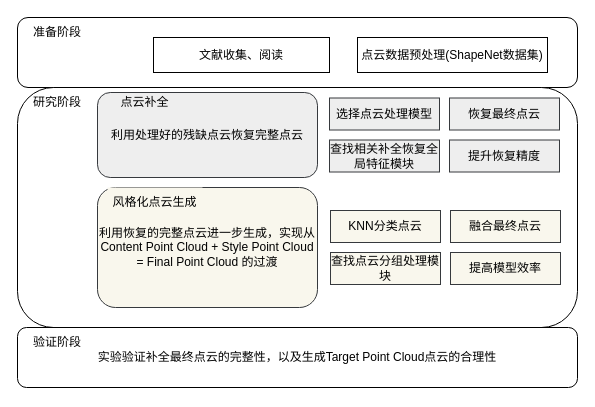
This is bishe.drawio from susu-attempt/pointrans, a draw.io file, before an edit. Source tidied: cells renumbered, new cells numbered last; positions are measured from the earlier drawing's top-left corner, leaving out a move shared by most shapes. Both pictures are drawn from the tidied source at 100%, with x=0, y=0 at pixel (17, 17).
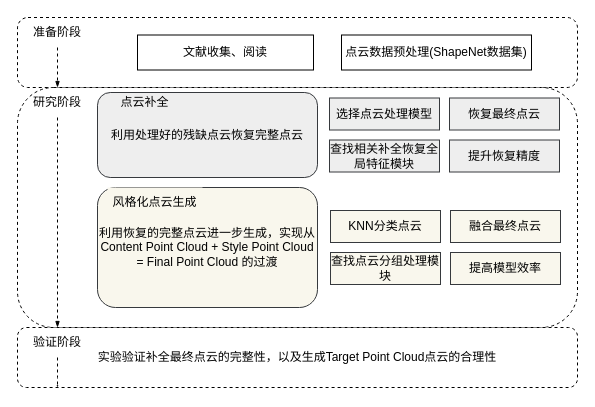
After the change.

The change refers to these unchanged cells:
```xml
<mxCell id="5" value="准备阶段" style="text;html=1;align=center;verticalAlign=middle;whiteSpace=wrap;rounded=0;" parent="1" vertex="1">
  <mxGeometry x="10" width="60" height="30" as="geometry" />
</mxCell>
<mxCell id="6" value="研究阶段" style="text;html=1;align=center;verticalAlign=middle;whiteSpace=wrap;rounded=0;" parent="1" vertex="1">
  <mxGeometry x="10" y="70" width="60" height="30" as="geometry" />
</mxCell>
<mxCell id="7" value="验证阶段" style="text;html=1;align=center;verticalAlign=middle;whiteSpace=wrap;rounded=0;" parent="1" vertex="1">
  <mxGeometry x="10" y="310" width="60" height="30" as="geometry" />
</mxCell>
```

The edit, as a diff of the source:
```diff
@@
-    <mxCell id="2" style="rounded=1;whiteSpace=wrap;html=1;" parent="1" vertex="1">
+    <mxCell id="2" style="rounded=1;whiteSpace=wrap;html=1;dashed=1;" parent="1" vertex="1">
       <mxGeometry width="560" height="70" as="geometry" />
     </mxCell>
-    <mxCell id="3" style="rounded=1;whiteSpace=wrap;html=1;" parent="1" vertex="1">
+    <mxCell id="3" style="rounded=1;whiteSpace=wrap;html=1;dashed=1;" parent="1" vertex="1">
       <mxGeometry y="70" width="560" height="240" as="geometry" />
     </mxCell>
-    <mxCell id="4" value="实验验证补全最终点云的完整性，以及生成Target Point Cloud点云的合理性" style="rounded=1;whiteSpace=wrap;html=1;" parent="1" vertex="1">
+    <mxCell id="4" value="实验验证补全最终点云的完整性，以及生成Target Point Cloud点云的合理性" style="rounded=1;whiteSpace=wrap;html=1;dashed=1;" parent="1" vertex="1">
       <mxGeometry y="310" width="560" height="60" as="geometry" />
     </mxCell>
+    <mxCell id="22" style="edgeStyle=orthogonalEdgeStyle;rounded=0;jettySize=auto;html=1;dashed=1;endArrow=blockThin;endFill=1;endSize=4;startSize=4;" parent="1" edge="1" source="5" target="6">
+      <mxGeometry relative="1" as="geometry" />
+    </mxCell>
@@
+    <mxCell id="23" style="edgeStyle=orthogonalEdgeStyle;rounded=0;jettySize=auto;html=1;dashed=1;endArrow=blockThin;endFill=1;startSize=4;endSize=4;" parent="1" edge="1" source="6" target="7">
+      <mxGeometry relative="1" as="geometry" />
+    </mxCell>
@@
     <mxCell id="8" value="文献收集、阅读" style="rounded=0;whiteSpace=wrap;html=1;" parent="1" vertex="1">
-      <mxGeometry x="136" y="20" width="176" height="35" as="geometry" />
+      <mxGeometry x="120" y="17.5" width="176" height="35" as="geometry" />
     </mxCell>
     <mxCell id="9" value="点云数据预处理(ShapeNet数据集)" style="rounded=0;whiteSpace=wrap;html=1;" parent="1" vertex="1">
-      <mxGeometry x="340" y="20" width="190" height="35" as="geometry" />
+      <mxGeometry x="324" y="17.5" width="190" height="35" as="geometry" />
     </mxCell>
@@
+    <mxCell id="24" style="edgeStyle=orthogonalEdgeStyle;rounded=0;jettySize=auto;html=1;endSize=0;endArrow=blockThin;endFill=1;dashed=1;" parent="1" edge="1" source="7">
+      <mxGeometry relative="1" as="geometry">
+        <mxPoint x="40" y="370" as="targetPoint" />
+      </mxGeometry>
+    </mxCell>
```
